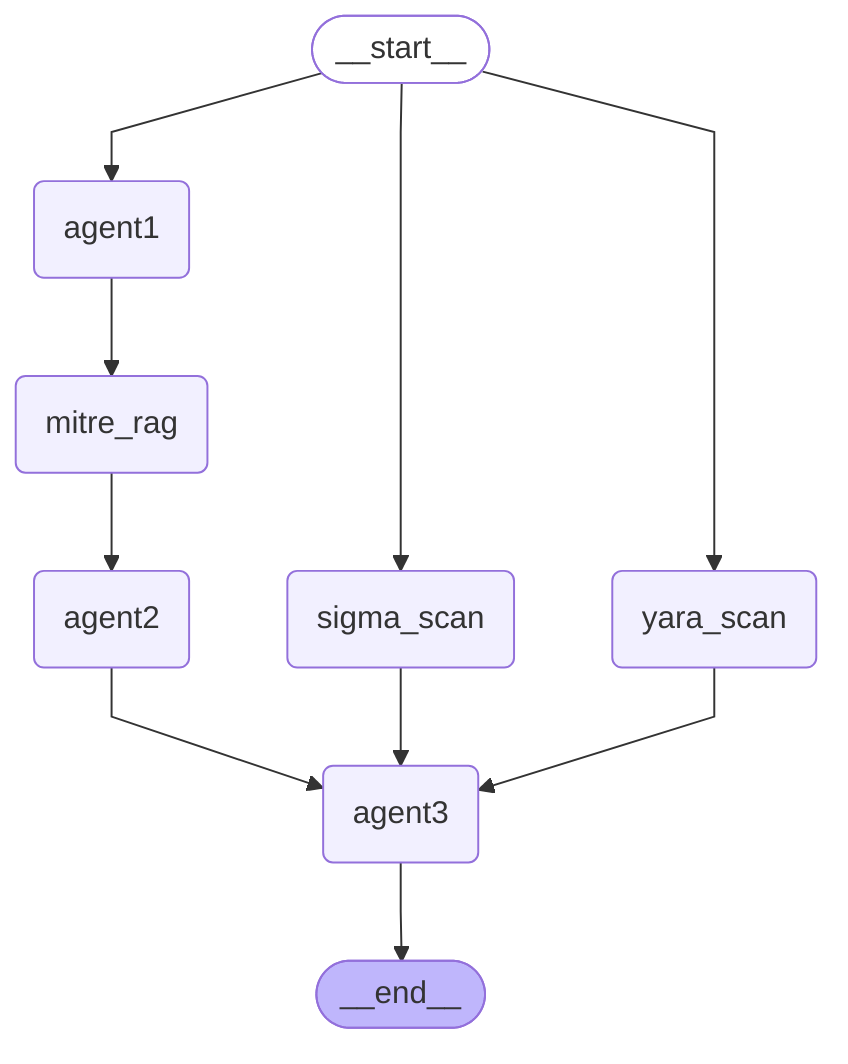
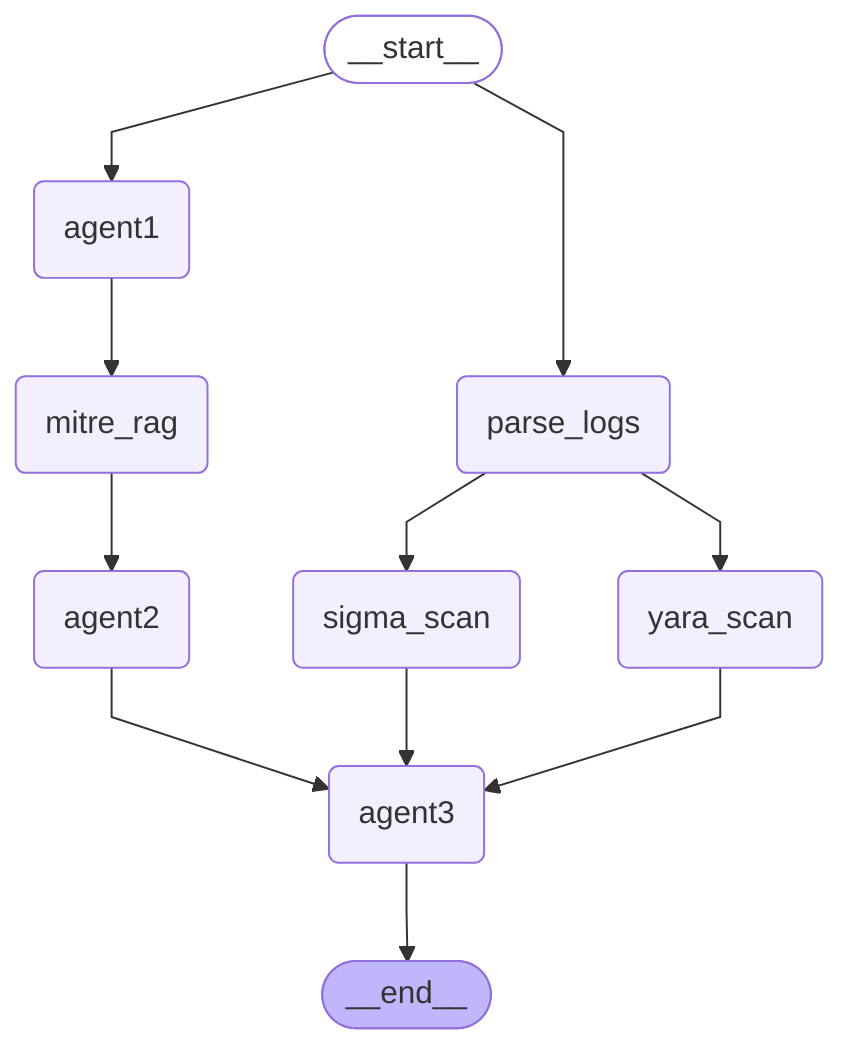
---
config:
  flowchart:
    curve: linear
---
graph TD;
	__start__([<p>__start__</p>]):::first
	agent1(agent1)
+ 	parse_logs(parse_logs)
	mitre_rag(mitre_rag)
	agent2(agent2)
	yara_scan(yara_scan)
	sigma_scan(sigma_scan)
	agent3(agent3)
	__end__([<p>__end__</p>]):::last
	__start__ --> agent1;
- 	__start__ --> sigma_scan;
- 	__start__ --> yara_scan;
+ 	__start__ --> parse_logs;
	agent1 --> mitre_rag;
	agent2 --> agent3;
	mitre_rag --> agent2;
+ 	parse_logs --> sigma_scan;
+ 	parse_logs --> yara_scan;
	sigma_scan --> agent3;
	yara_scan --> agent3;
	agent3 --> __end__;
	classDef default fill:#f2f0ff,line-height:1.2
	classDef first fill-opacity:0
	classDef last fill:#bfb6fc
